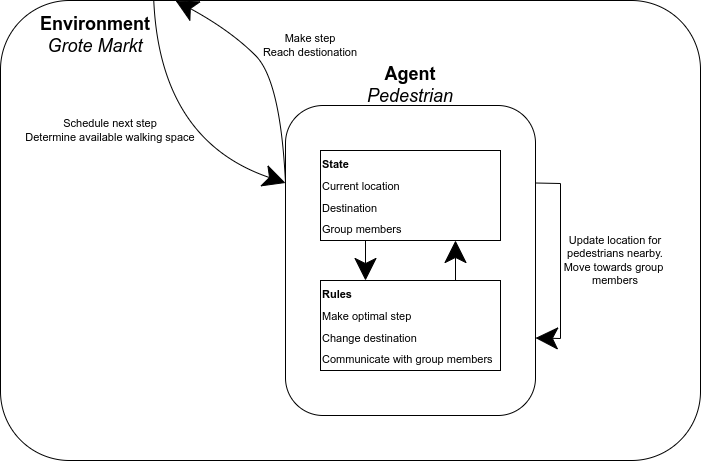
Earlier version of the draw.io export figures/Conceptualization.png (floristevito/CrowdSim). Source tidied: cells renumbered, new cells last; positions are measured from the earlier drawing's top-left corner, leaving out a move shared by most shapes. The source it was exported from:
```xml
<mxGraphModel>
  <root>
    <mxCell id="0" />
    <mxCell id="1" parent="0" />
    <mxCell id="2" style="rounded=1;whiteSpace=wrap;html=1;" parent="1" vertex="1">
      <mxGeometry width="700" height="460" as="geometry" />
    </mxCell>
    <mxCell id="3" value="Environment&lt;br&gt;&lt;span style=&quot;font-weight: normal&quot;&gt;&lt;i&gt;Grote Markt&lt;/i&gt;&lt;/span&gt;" style="text;html=1;strokeColor=none;fillColor=none;align=center;verticalAlign=middle;whiteSpace=wrap;rounded=0;fontSize=18;fontStyle=1;" parent="1" vertex="1">
      <mxGeometry x="10" y="20" width="170" height="30" as="geometry" />
    </mxCell>
    <mxCell id="4" style="rounded=1;whiteSpace=wrap;html=1;fontSize=18;" parent="1" vertex="1">
      <mxGeometry x="285" y="105" width="250" height="310" as="geometry" />
    </mxCell>
    <mxCell id="5" value="&lt;font style=&quot;font-size: 11px&quot;&gt;&lt;b&gt;State&lt;/b&gt;&lt;br&gt;Current location&lt;br&gt;Destination&lt;br&gt;Group members&lt;/font&gt;" style="rounded=0;whiteSpace=wrap;html=1;fontSize=18;align=left;" parent="1" vertex="1">
      <mxGeometry x="320" y="150" width="180" height="90" as="geometry" />
    </mxCell>
    <mxCell id="6" value="&lt;font style=&quot;font-size: 11px&quot;&gt;&lt;b&gt;Rules&lt;/b&gt;&lt;br&gt;Make optimal step&lt;br&gt;Change destination&lt;br&gt;Communicate with group members&lt;br&gt;&lt;/font&gt;" style="rounded=0;whiteSpace=wrap;html=1;fontSize=18;align=left;" parent="1" vertex="1">
      <mxGeometry x="320" y="280" width="180" height="90" as="geometry" />
    </mxCell>
    <mxCell id="7" value="Agent&lt;br&gt;&lt;span style=&quot;font-weight: 400&quot;&gt;&lt;i&gt;Pedestrian&lt;/i&gt;&lt;/span&gt;" style="text;html=1;strokeColor=none;fillColor=none;align=center;verticalAlign=middle;whiteSpace=wrap;rounded=0;fontSize=18;fontStyle=1;" parent="1" vertex="1">
      <mxGeometry x="325" y="70" width="170" height="30" as="geometry" />
    </mxCell>
    <mxCell id="8" style="endArrow=classic;html=1;rounded=0;fontSize=11;exitX=0.75;exitY=0;exitDx=0;exitDy=0;entryX=0.75;entryY=1;entryDx=0;entryDy=0;endSize=20;" parent="1" edge="1" source="6" target="5">
      <mxGeometry relative="1" as="geometry" />
    </mxCell>
    <mxCell id="9" style="endArrow=classic;html=1;rounded=0;fontSize=11;exitX=0.25;exitY=1;exitDx=0;exitDy=0;entryX=0.25;entryY=0;entryDx=0;entryDy=0;endSize=20;" parent="1" edge="1" source="5" target="6">
      <mxGeometry relative="1" as="geometry" />
    </mxCell>
    <mxCell id="10" value="Update location for pedestrians nearby.&lt;br&gt;Move towards group&amp;nbsp; members" style="text;html=1;strokeColor=none;fillColor=none;align=center;verticalAlign=middle;whiteSpace=wrap;rounded=0;fontSize=11;" parent="1" vertex="1">
      <mxGeometry x="550" y="205" width="130" height="110" as="geometry" />
    </mxCell>
    <mxCell id="11" style="endArrow=classic;html=1;rounded=0;fontSize=50;endSize=20;exitX=1;exitY=0.25;exitDx=0;exitDy=0;entryX=1;entryY=0.75;entryDx=0;entryDy=0;" parent="1" edge="1" source="4" target="4">
      <mxGeometry relative="1" as="geometry">
        <Array as="points">
          <mxPoint x="560" y="183" />
          <mxPoint x="560" y="338" />
        </Array>
      </mxGeometry>
    </mxCell>
    <mxCell id="12" style="curved=1;endArrow=classic;html=1;rounded=0;fontSize=50;endSize=20;exitX=0;exitY=0.25;exitDx=0;exitDy=0;entryX=0.25;entryY=0;entryDx=0;entryDy=0;" parent="1" edge="1" source="4" target="2">
      <mxGeometry relative="1" as="geometry">
        <Array as="points">
          <mxPoint x="280" y="80" />
          <mxPoint x="230" y="30" />
        </Array>
      </mxGeometry>
    </mxCell>
    <mxCell id="13" style="curved=1;endArrow=classic;html=1;rounded=0;fontSize=50;endSize=20;exitX=0.219;exitY=0.002;exitDx=0;exitDy=0;exitPerimeter=0;entryX=0;entryY=0.25;entryDx=0;entryDy=0;" parent="1" edge="1" source="2" target="4">
      <mxGeometry relative="1" as="geometry">
        <Array as="points">
          <mxPoint x="160" y="140" />
        </Array>
      </mxGeometry>
    </mxCell>
    <mxCell id="14" value="Make step&lt;br&gt;Reach destionation" style="text;html=1;strokeColor=none;fillColor=none;align=center;verticalAlign=middle;whiteSpace=wrap;rounded=0;fontSize=11;" parent="1" vertex="1">
      <mxGeometry x="250" y="20" width="120" height="50" as="geometry" />
    </mxCell>
    <mxCell id="15" value="Schedule next step&lt;br&gt;Determine available walking space" style="text;html=1;strokeColor=none;fillColor=none;align=center;verticalAlign=middle;whiteSpace=wrap;rounded=0;fontSize=11;" parent="1" vertex="1">
      <mxGeometry x="20" y="105" width="180" height="50" as="geometry" />
    </mxCell>
  </root>
</mxGraphModel>
```
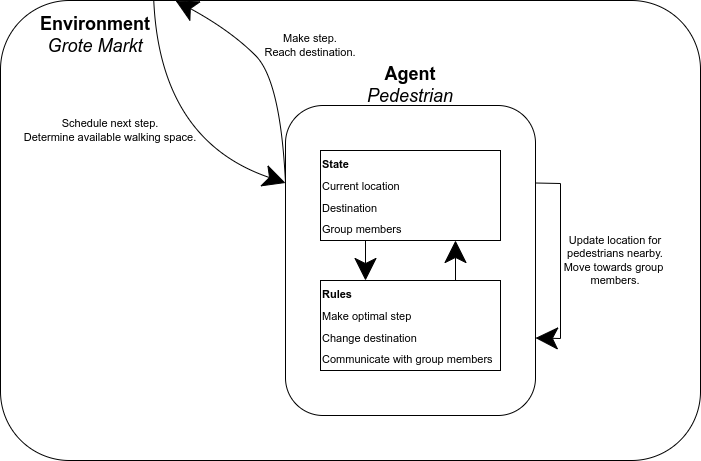
The same file after the commit.

The edit, as a diff of the source:
```diff
@@ -26,7 +26,7 @@
     <mxCell id="9" style="endArrow=classic;html=1;rounded=0;fontSize=11;exitX=0.25;exitY=1;exitDx=0;exitDy=0;entryX=0.25;entryY=0;entryDx=0;entryDy=0;endSize=20;" parent="1" edge="1" source="5" target="6">
       <mxGeometry relative="1" as="geometry" />
     </mxCell>
-    <mxCell id="10" value="Update location for pedestrians nearby.&lt;br&gt;Move towards group&amp;nbsp; members" style="text;html=1;strokeColor=none;fillColor=none;align=center;verticalAlign=middle;whiteSpace=wrap;rounded=0;fontSize=11;" parent="1" vertex="1">
+    <mxCell id="10" value="Update location for pedestrians nearby.&lt;br&gt;Move towards group&amp;nbsp; members." style="text;html=1;strokeColor=none;fillColor=none;align=center;verticalAlign=middle;whiteSpace=wrap;rounded=0;fontSize=11;" parent="1" vertex="1">
       <mxGeometry x="550" y="205" width="130" height="110" as="geometry" />
     </mxCell>
     <mxCell id="11" style="endArrow=classic;html=1;rounded=0;fontSize=50;endSize=20;exitX=1;exitY=0.25;exitDx=0;exitDy=0;entryX=1;entryY=0.75;entryDx=0;entryDy=0;" parent="1" edge="1" source="4" target="4">
@@ -52,10 +52,10 @@
         </Array>
       </mxGeometry>
     </mxCell>
-    <mxCell id="14" value="Make step&lt;br&gt;Reach destionation" style="text;html=1;strokeColor=none;fillColor=none;align=center;verticalAlign=middle;whiteSpace=wrap;rounded=0;fontSize=11;" parent="1" vertex="1">
+    <mxCell id="14" value="Make step.&lt;br&gt;Reach destination." style="text;html=1;strokeColor=none;fillColor=none;align=center;verticalAlign=middle;whiteSpace=wrap;rounded=0;fontSize=11;" parent="1" vertex="1">
       <mxGeometry x="250" y="20" width="120" height="50" as="geometry" />
     </mxCell>
-    <mxCell id="15" value="Schedule next step&lt;br&gt;Determine available walking space" style="text;html=1;strokeColor=none;fillColor=none;align=center;verticalAlign=middle;whiteSpace=wrap;rounded=0;fontSize=11;" parent="1" vertex="1">
+    <mxCell id="15" value="Schedule next step.&lt;br&gt;Determine available walking space." style="text;html=1;strokeColor=none;fillColor=none;align=center;verticalAlign=middle;whiteSpace=wrap;rounded=0;fontSize=11;" parent="1" vertex="1">
       <mxGeometry x="20" y="105" width="180" height="50" as="geometry" />
     </mxCell>
   </root>
```
